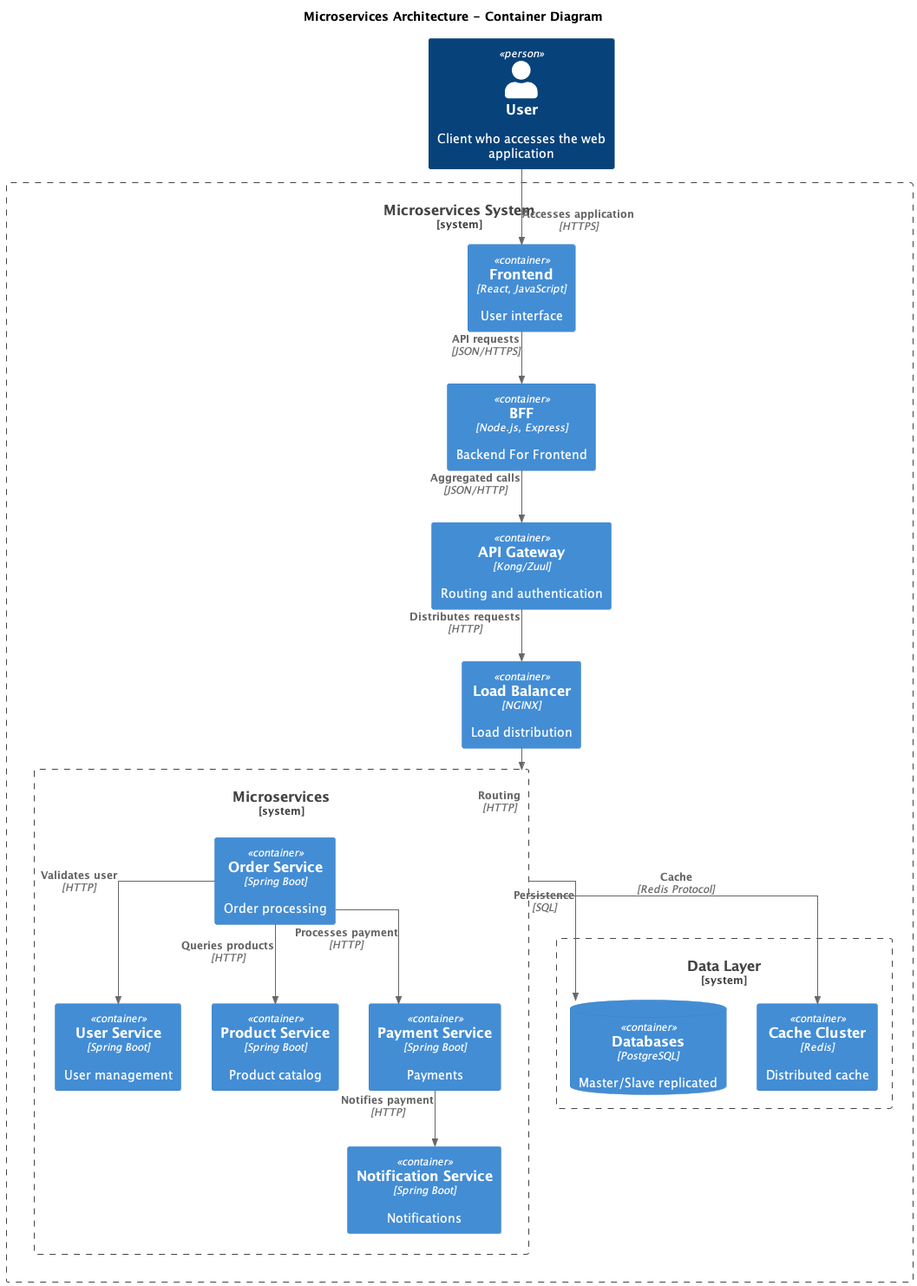
Above: docs/generated-diagrams/microservices-architecture.png in alexsrosa/arch-diagrams (PlantUML), before the change.
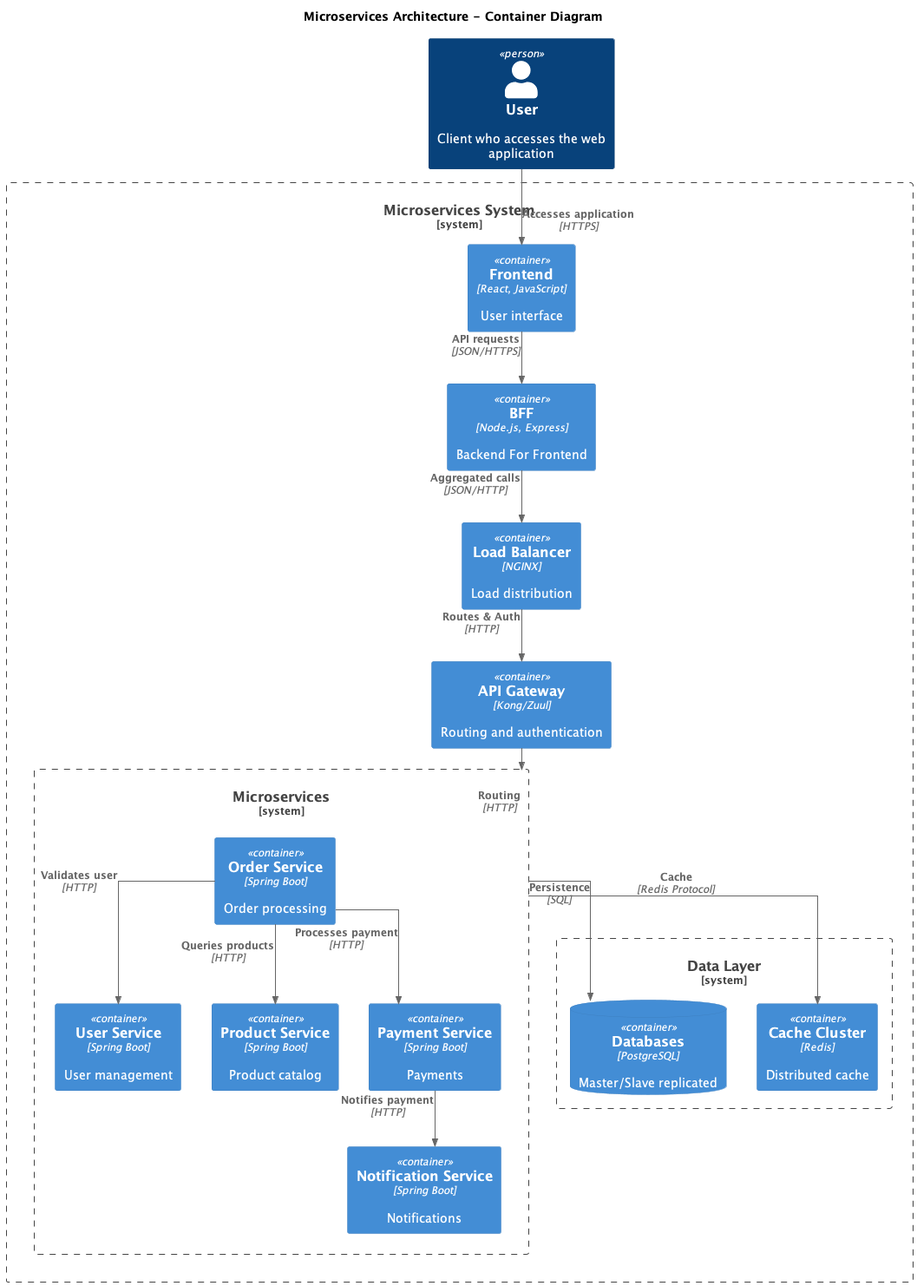
The same diagram one commit later.

The edit, as a diff of the source:
```diff
@@ -31,10 +31,10 @@
 
 Rel(user, frontend, "Accesses application", "HTTPS")
 Rel(frontend, bff, "API requests", "JSON/HTTPS")
-Rel(bff, api_gateway, "Aggregated calls", "JSON/HTTP")
-Rel(api_gateway, load_balancer, "Distributes requests", "HTTP")
+Rel(bff, load_balancer, "Aggregated calls", "JSON/HTTP")
+Rel(load_balancer, api_gateway, "Routes & Auth", "HTTP")
 
-Rel(load_balancer, microservices, "Routing", "HTTP")
+Rel(api_gateway, microservices, "Routing", "HTTP")
 
 Rel(microservices, databases, "Persistence", "SQL")
 Rel(microservices, cache_cluster, "Cache", "Redis Protocol")
```
